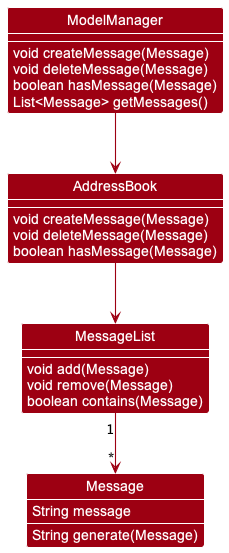
The PlantUML diagram docs/images/MessageClassDiagram.png in nus-cs2103-AY2223S1/tp, before a commit. Source of this version:
```plantuml
@startuml
!include style.puml
show members
skinparam arrowThickness 1.1
skinparam arrowColor MODEL_COLOR
skinparam classBackgroundColor MODEL_COLOR


Class ModelManager {
    void createMessage(Message)
    void deleteMessage(Message)
    boolean hasMessage(Message)
    List<Message> getMessages()
}

Class AddressBook {
    void createMessage(Message)
    void deleteMessage(Message)
    boolean hasMessage(Message)
}

Class MessageList {
    void add(Message)
    void remove(Message)
    boolean contains(Message)
}

Class Message {
    String message
    String generate(Message)
}

ModelManager -down-> AddressBook
AddressBook -down-> MessageList
MessageList "1" -down-> "*" Message

@enduml
```
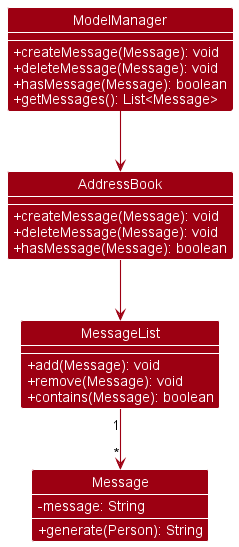
After the change.

Commit message:
Fix message class diagram

Diff of the diagram source:
```diff
@@ -3,31 +3,32 @@
 show members
 skinparam arrowThickness 1.1
 skinparam arrowColor MODEL_COLOR
+skinparam classAttributeIconSize 0
 skinparam classBackgroundColor MODEL_COLOR
 
 
 Class ModelManager {
-    void createMessage(Message)
-    void deleteMessage(Message)
-    boolean hasMessage(Message)
-    List<Message> getMessages()
+    +createMessage(Message): void
+    +deleteMessage(Message): void
+    +hasMessage(Message): boolean
+    +getMessages(): List<Message>
 }
 
 Class AddressBook {
-    void createMessage(Message)
-    void deleteMessage(Message)
-    boolean hasMessage(Message)
+    +createMessage(Message): void
+    +deleteMessage(Message): void
+    +hasMessage(Message): boolean
 }
 
 Class MessageList {
-    void add(Message)
-    void remove(Message)
-    boolean contains(Message)
+    +add(Message): void
+    +remove(Message): void
+    +contains(Message): boolean
 }
 
 Class Message {
-    String message
-    String generate(Message)
+    -message: String
+    +generate(Person): String
 }
 
 ModelManager -down-> AddressBook
```
